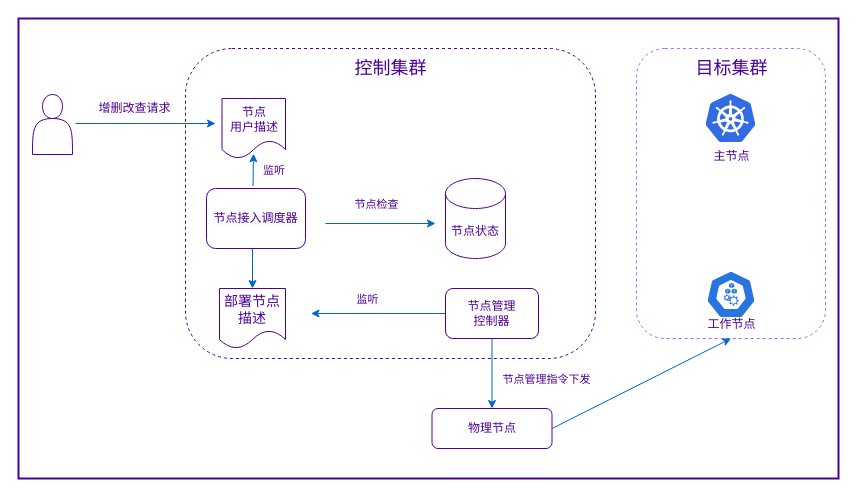
The draw.io diagram page "节点管理" (2 of 9) of cloud-edge-softarch.drawio in lmxia/system_designs, before the edit. Source tidied: cells renumbered, new cells numbered last; positions are measured from the earlier drawing's top-left corner, leaving out a move shared by most shapes. Both pictures are drawn from the tidied source at 100%, with x=0, y=0 at pixel (18, 18).
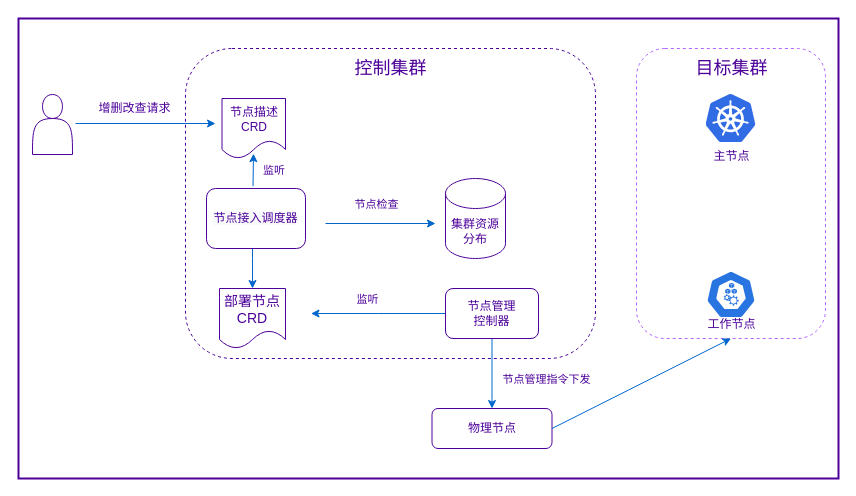
The same diagram, later.

Change to the diagram source:
```diff
@@
-    <mxCell id="24" value="&lt;font style=&quot;font-size: 12px&quot; color=&quot;#4c0099&quot;&gt;&lt;span style=&quot;text-align: left&quot;&gt;节点&lt;/span&gt;&lt;br style=&quot;text-align: left&quot;&gt;&lt;span style=&quot;text-align: left&quot;&gt;用户描述&lt;/span&gt;&lt;/font&gt;" style="shape=document;whiteSpace=wrap;html=1;boundedLbl=1;rounded=1;fillColor=#ffffff;gradientColor=none;strokeColor=#4C0099;" parent="1" vertex="1">
+    <mxCell id="24" value="&lt;font style=&quot;font-size: 12px&quot; color=&quot;#4c0099&quot;&gt;&lt;span style=&quot;text-align: left&quot;&gt;节点&lt;/span&gt;&lt;span style=&quot;text-align: left&quot;&gt;描述&lt;br&gt;CRD&lt;br&gt;&lt;/span&gt;&lt;/font&gt;" style="shape=document;whiteSpace=wrap;html=1;boundedLbl=1;rounded=1;fillColor=#ffffff;gradientColor=none;strokeColor=#4C0099;" parent="1" vertex="1">
       <mxGeometry x="203.5" y="80" width="63.5" height="60" as="geometry" />
     </mxCell>
-    <mxCell id="25" value="&lt;span style=&quot;font-size: 14px ; text-align: left&quot;&gt;&lt;font color=&quot;#4c0099&quot;&gt;部署节点描述&lt;/font&gt;&lt;/span&gt;" style="shape=document;whiteSpace=wrap;html=1;boundedLbl=1;rounded=1;fillColor=#ffffff;gradientColor=none;strokeColor=#4C0099;" parent="1" vertex="1">
+    <mxCell id="25" value="&lt;span style=&quot;font-size: 14px ; text-align: left&quot;&gt;&lt;font color=&quot;#4c0099&quot;&gt;部署节点CRD&lt;/font&gt;&lt;/span&gt;" style="shape=document;whiteSpace=wrap;html=1;boundedLbl=1;rounded=1;fillColor=#ffffff;gradientColor=none;strokeColor=#4C0099;" parent="1" vertex="1">
       <mxGeometry x="201" y="270" width="66" height="60" as="geometry" />
     </mxCell>
-    <mxCell id="26" value="&lt;span&gt;&lt;font color=&quot;#4c0099&quot;&gt;节点状态&lt;/font&gt;&lt;/span&gt;" style="shape=cylinder3;whiteSpace=wrap;html=1;boundedLbl=1;backgroundOutline=1;size=15;rounded=1;fillColor=#ffffff;gradientColor=none;strokeColor=#4C0099;" parent="1" vertex="1">
+    <mxCell id="26" value="&lt;font color=&quot;#4c0099&quot;&gt;集群资源分布&lt;/font&gt;" style="shape=cylinder3;whiteSpace=wrap;html=1;boundedLbl=1;backgroundOutline=1;size=15;rounded=1;fillColor=#ffffff;gradientColor=none;strokeColor=#4C0099;" parent="1" vertex="1">
       <mxGeometry x="427" y="160" width="60" height="80" as="geometry" />
     </mxCell>
```
